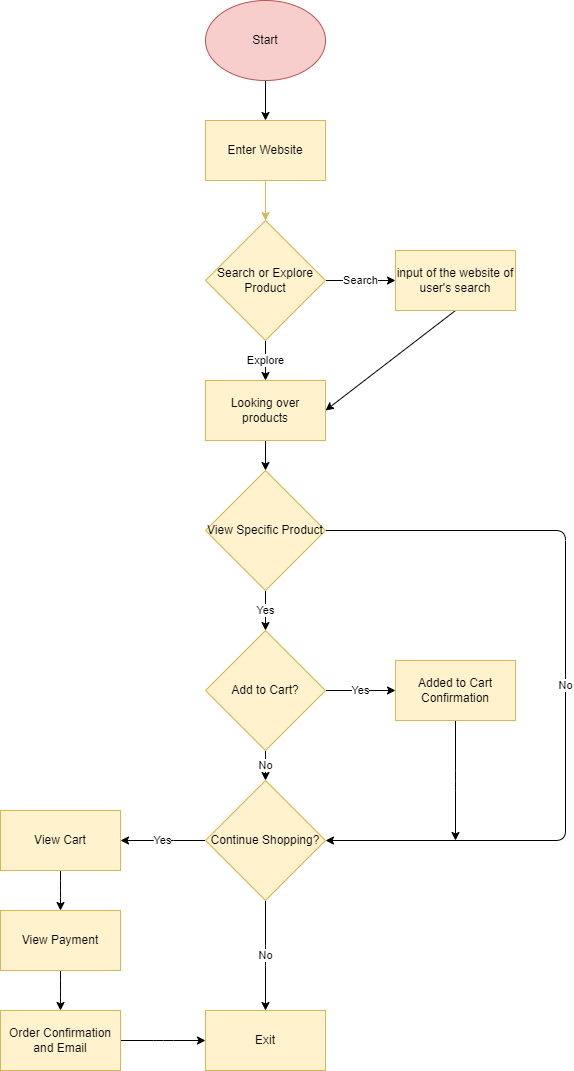
Before: explore/diagramming/diagram.drawio.png, a diagram exported from draw.io (Max010123e0/sp25-cse110-lab4). Source tidied: cells renumbered, new cells last; positions are measured from the earlier drawing's top-left corner, leaving out a move shared by most shapes. Its diagram source:
```xml
<mxGraphModel>
  <root>
    <mxCell id="0" />
    <mxCell id="1" parent="0" />
    <mxCell id="2" style="edgeStyle=none;html=1;" parent="1" edge="1" source="3">
      <mxGeometry relative="1" as="geometry">
        <mxPoint x="265" y="120" as="targetPoint" />
      </mxGeometry>
    </mxCell>
    <mxCell id="3" value="Start" style="ellipse;whiteSpace=wrap;html=1;fillColor=#f8cecc;strokeColor=#b85450;" parent="1" vertex="1">
      <mxGeometry x="205" width="120" height="80" as="geometry" />
    </mxCell>
    <mxCell id="4" style="edgeStyle=none;html=1;exitX=0.5;exitY=1;exitDx=0;exitDy=0;entryX=0.5;entryY=0;entryDx=0;entryDy=0;fillColor=#fff2cc;strokeColor=#d6b656;" parent="1" edge="1" source="5" target="8">
      <mxGeometry relative="1" as="geometry" />
    </mxCell>
    <mxCell id="5" value="Enter Website" style="rounded=0;whiteSpace=wrap;html=1;fillColor=#fff2cc;strokeColor=#d6b656;" parent="1" vertex="1">
      <mxGeometry x="205" y="120" width="120" height="60" as="geometry" />
    </mxCell>
    <mxCell id="6" value="Explore" style="edgeStyle=none;html=1;exitX=0.5;exitY=1;exitDx=0;exitDy=0;entryX=0.5;entryY=0;entryDx=0;entryDy=0;" parent="1" edge="1" source="8" target="10">
      <mxGeometry relative="1" as="geometry" />
    </mxCell>
    <mxCell id="7" value="Search" style="edgeStyle=none;html=1;exitX=1;exitY=0.5;exitDx=0;exitDy=0;entryX=0;entryY=0.5;entryDx=0;entryDy=0;" parent="1" edge="1" source="8" target="12">
      <mxGeometry relative="1" as="geometry" />
    </mxCell>
    <mxCell id="8" value="Search or Explore Product" style="rhombus;whiteSpace=wrap;html=1;fillColor=#fff2cc;strokeColor=#d6b656;" parent="1" vertex="1">
      <mxGeometry x="205" y="220" width="120" height="120" as="geometry" />
    </mxCell>
    <mxCell id="9" style="edgeStyle=none;html=1;exitX=0.5;exitY=1;exitDx=0;exitDy=0;entryX=0.5;entryY=0;entryDx=0;entryDy=0;" parent="1" edge="1" source="10" target="23">
      <mxGeometry relative="1" as="geometry" />
    </mxCell>
    <mxCell id="10" value="Looking over products" style="rounded=0;whiteSpace=wrap;html=1;fillColor=#fff2cc;strokeColor=#d6b656;" parent="1" vertex="1">
      <mxGeometry x="205" y="380" width="120" height="60" as="geometry" />
    </mxCell>
    <mxCell id="11" style="edgeStyle=none;html=1;exitX=0.5;exitY=1;exitDx=0;exitDy=0;entryX=1;entryY=0.5;entryDx=0;entryDy=0;" parent="1" edge="1" source="12" target="10">
      <mxGeometry relative="1" as="geometry" />
    </mxCell>
    <mxCell id="12" value="input of the website of user's search" style="rounded=0;whiteSpace=wrap;html=1;fillColor=#fff2cc;strokeColor=#d6b656;" parent="1" vertex="1">
      <mxGeometry x="395" y="250" width="120" height="60" as="geometry" />
    </mxCell>
    <mxCell id="13" value="Yes" style="edgeStyle=none;html=1;exitX=0.5;exitY=1;exitDx=0;exitDy=0;entryX=0.5;entryY=0;entryDx=0;entryDy=0;" parent="1" edge="1" source="23" target="16">
      <mxGeometry relative="1" as="geometry" />
    </mxCell>
    <mxCell id="14" value="Yes" style="edgeStyle=none;html=1;exitX=1;exitY=0.5;exitDx=0;exitDy=0;entryX=0;entryY=0.5;entryDx=0;entryDy=0;" parent="1" edge="1" source="16" target="18">
      <mxGeometry relative="1" as="geometry" />
    </mxCell>
    <mxCell id="15" value="No" style="edgeStyle=none;html=1;exitX=0.5;exitY=1;exitDx=0;exitDy=0;entryX=0.5;entryY=0;entryDx=0;entryDy=0;" parent="1" edge="1" source="16" target="21">
      <mxGeometry relative="1" as="geometry" />
    </mxCell>
    <mxCell id="16" value="Add to Cart?" style="rhombus;whiteSpace=wrap;html=1;fillColor=#fff2cc;strokeColor=#d6b656;" parent="1" vertex="1">
      <mxGeometry x="205" y="630" width="120" height="120" as="geometry" />
    </mxCell>
    <mxCell id="17" style="edgeStyle=elbowEdgeStyle;html=1;exitX=0.5;exitY=1;exitDx=0;exitDy=0;" parent="1" edge="1" source="18">
      <mxGeometry relative="1" as="geometry">
        <mxPoint x="455" y="840" as="targetPoint" />
      </mxGeometry>
    </mxCell>
    <mxCell id="18" value="Added to Cart Confirmation" style="rounded=0;whiteSpace=wrap;html=1;fillColor=#fff2cc;strokeColor=#d6b656;" parent="1" vertex="1">
      <mxGeometry x="395" y="660" width="120" height="60" as="geometry" />
    </mxCell>
    <mxCell id="19" value="No" style="edgeStyle=elbowEdgeStyle;html=1;exitX=0.5;exitY=1;exitDx=0;exitDy=0;entryX=0.5;entryY=0;entryDx=0;entryDy=0;" parent="1" edge="1" source="21" target="24">
      <mxGeometry relative="1" as="geometry" />
    </mxCell>
    <mxCell id="20" value="Yes" style="edgeStyle=elbowEdgeStyle;html=1;exitX=0;exitY=0.5;exitDx=0;exitDy=0;" parent="1" edge="1" source="21">
      <mxGeometry relative="1" as="geometry">
        <mxPoint x="120" y="840" as="targetPoint" />
      </mxGeometry>
    </mxCell>
    <mxCell id="21" value="Continue Shopping?" style="rhombus;whiteSpace=wrap;html=1;fillColor=#fff2cc;strokeColor=#d6b656;" parent="1" vertex="1">
      <mxGeometry x="205" y="780" width="120" height="120" as="geometry" />
    </mxCell>
    <mxCell id="22" value="No" style="edgeStyle=elbowEdgeStyle;html=1;exitX=1;exitY=0.5;exitDx=0;exitDy=0;entryX=1;entryY=0.5;entryDx=0;entryDy=0;" parent="1" edge="1" source="23" target="21">
      <mxGeometry relative="1" as="geometry">
        <Array as="points">
          <mxPoint x="565" y="620" />
        </Array>
      </mxGeometry>
    </mxCell>
    <mxCell id="23" value="View Specific Product" style="rhombus;whiteSpace=wrap;html=1;fillColor=#fff2cc;strokeColor=#d6b656;" parent="1" vertex="1">
      <mxGeometry x="205" y="470" width="120" height="120" as="geometry" />
    </mxCell>
    <mxCell id="24" value="Exit" style="rounded=0;whiteSpace=wrap;html=1;fillColor=#fff2cc;strokeColor=#d6b656;" parent="1" vertex="1">
      <mxGeometry x="205" y="1010" width="120" height="60" as="geometry" />
    </mxCell>
    <mxCell id="25" style="edgeStyle=elbowEdgeStyle;html=1;exitX=0.5;exitY=1;exitDx=0;exitDy=0;" parent="1" edge="1" source="26">
      <mxGeometry relative="1" as="geometry">
        <mxPoint x="60" y="910" as="targetPoint" />
      </mxGeometry>
    </mxCell>
    <mxCell id="26" value="View Cart" style="rounded=0;whiteSpace=wrap;html=1;fillColor=#fff2cc;strokeColor=#d6b656;" parent="1" vertex="1">
      <mxGeometry y="810" width="120" height="60" as="geometry" />
    </mxCell>
    <mxCell id="27" style="edgeStyle=elbowEdgeStyle;html=1;exitX=0.5;exitY=1;exitDx=0;exitDy=0;" parent="1" edge="1" source="28" target="30">
      <mxGeometry relative="1" as="geometry" />
    </mxCell>
    <mxCell id="28" value="View Payment" style="rounded=0;whiteSpace=wrap;html=1;fillColor=#fff2cc;strokeColor=#d6b656;" parent="1" vertex="1">
      <mxGeometry y="910" width="120" height="60" as="geometry" />
    </mxCell>
    <mxCell id="29" style="edgeStyle=elbowEdgeStyle;html=1;exitX=1;exitY=0.5;exitDx=0;exitDy=0;entryX=0;entryY=0.5;entryDx=0;entryDy=0;" parent="1" edge="1" source="30" target="24">
      <mxGeometry relative="1" as="geometry" />
    </mxCell>
    <mxCell id="30" value="Order Confirmation and Email" style="rounded=0;whiteSpace=wrap;html=1;fillColor=#fff2cc;strokeColor=#d6b656;" parent="1" vertex="1">
      <mxGeometry y="1010" width="120" height="60" as="geometry" />
    </mxCell>
  </root>
</mxGraphModel>
```
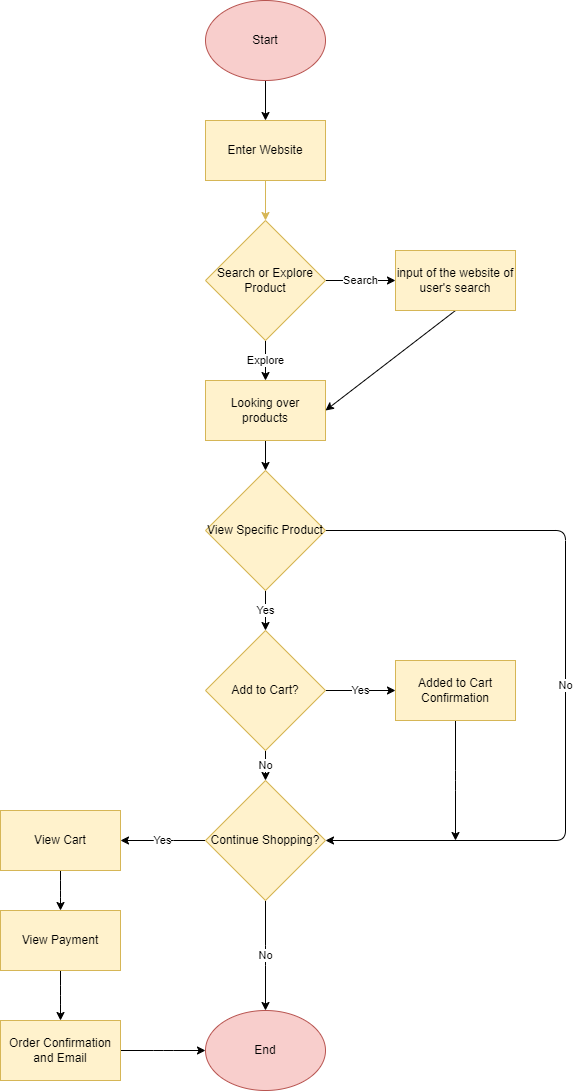
After the change.

Commit message:
Fix: mistake of end state shape

Diff of the diagram source:
```diff
@@ -57,8 +57,10 @@
     <mxCell id="18" value="Added to Cart Confirmation" style="rounded=0;whiteSpace=wrap;html=1;fillColor=#fff2cc;strokeColor=#d6b656;" parent="1" vertex="1">
       <mxGeometry x="395" y="660" width="120" height="60" as="geometry" />
     </mxCell>
-    <mxCell id="19" value="No" style="edgeStyle=elbowEdgeStyle;html=1;exitX=0.5;exitY=1;exitDx=0;exitDy=0;entryX=0.5;entryY=0;entryDx=0;entryDy=0;" parent="1" edge="1" source="21" target="24">
-      <mxGeometry relative="1" as="geometry" />
+    <mxCell id="19" value="No" style="edgeStyle=elbowEdgeStyle;html=1;exitX=0.5;exitY=1;exitDx=0;exitDy=0;entryX=0.5;entryY=0;entryDx=0;entryDy=0;" parent="1" edge="1" source="21">
+      <mxGeometry relative="1" as="geometry">
+        <mxPoint x="265" y="1010" as="targetPoint" />
+      </mxGeometry>
     </mxCell>
     <mxCell id="20" value="Yes" style="edgeStyle=elbowEdgeStyle;html=1;exitX=0;exitY=0.5;exitDx=0;exitDy=0;" parent="1" edge="1" source="21">
       <mxGeometry relative="1" as="geometry">
@@ -78,9 +80,6 @@
     <mxCell id="23" value="View Specific Product" style="rhombus;whiteSpace=wrap;html=1;fillColor=#fff2cc;strokeColor=#d6b656;" parent="1" vertex="1">
       <mxGeometry x="205" y="470" width="120" height="120" as="geometry" />
     </mxCell>
-    <mxCell id="24" value="Exit" style="rounded=0;whiteSpace=wrap;html=1;fillColor=#fff2cc;strokeColor=#d6b656;" parent="1" vertex="1">
-      <mxGeometry x="205" y="1010" width="120" height="60" as="geometry" />
-    </mxCell>
     <mxCell id="25" style="edgeStyle=elbowEdgeStyle;html=1;exitX=0.5;exitY=1;exitDx=0;exitDy=0;" parent="1" edge="1" source="26">
       <mxGeometry relative="1" as="geometry">
         <mxPoint x="60" y="910" as="targetPoint" />
@@ -95,11 +94,14 @@
     <mxCell id="28" value="View Payment" style="rounded=0;whiteSpace=wrap;html=1;fillColor=#fff2cc;strokeColor=#d6b656;" parent="1" vertex="1">
       <mxGeometry y="910" width="120" height="60" as="geometry" />
     </mxCell>
-    <mxCell id="29" style="edgeStyle=elbowEdgeStyle;html=1;exitX=1;exitY=0.5;exitDx=0;exitDy=0;entryX=0;entryY=0.5;entryDx=0;entryDy=0;" parent="1" edge="1" source="30" target="24">
+    <mxCell id="29" style="edgeStyle=elbowEdgeStyle;html=1;exitX=1;exitY=0.5;exitDx=0;exitDy=0;" parent="1" edge="1" source="30" target="31">
       <mxGeometry relative="1" as="geometry" />
     </mxCell>
     <mxCell id="30" value="Order Confirmation and Email" style="rounded=0;whiteSpace=wrap;html=1;fillColor=#fff2cc;strokeColor=#d6b656;" parent="1" vertex="1">
-      <mxGeometry y="1010" width="120" height="60" as="geometry" />
+      <mxGeometry y="1020" width="120" height="60" as="geometry" />
     </mxCell>
+    <mxCell id="31" value="End" style="ellipse;whiteSpace=wrap;html=1;fillColor=#f8cecc;strokeColor=#b85450;" parent="1" vertex="1">
+      <mxGeometry x="205" y="1010" width="120" height="80" as="geometry" />
+    </mxCell>
   </root>
 </mxGraphModel>
```
